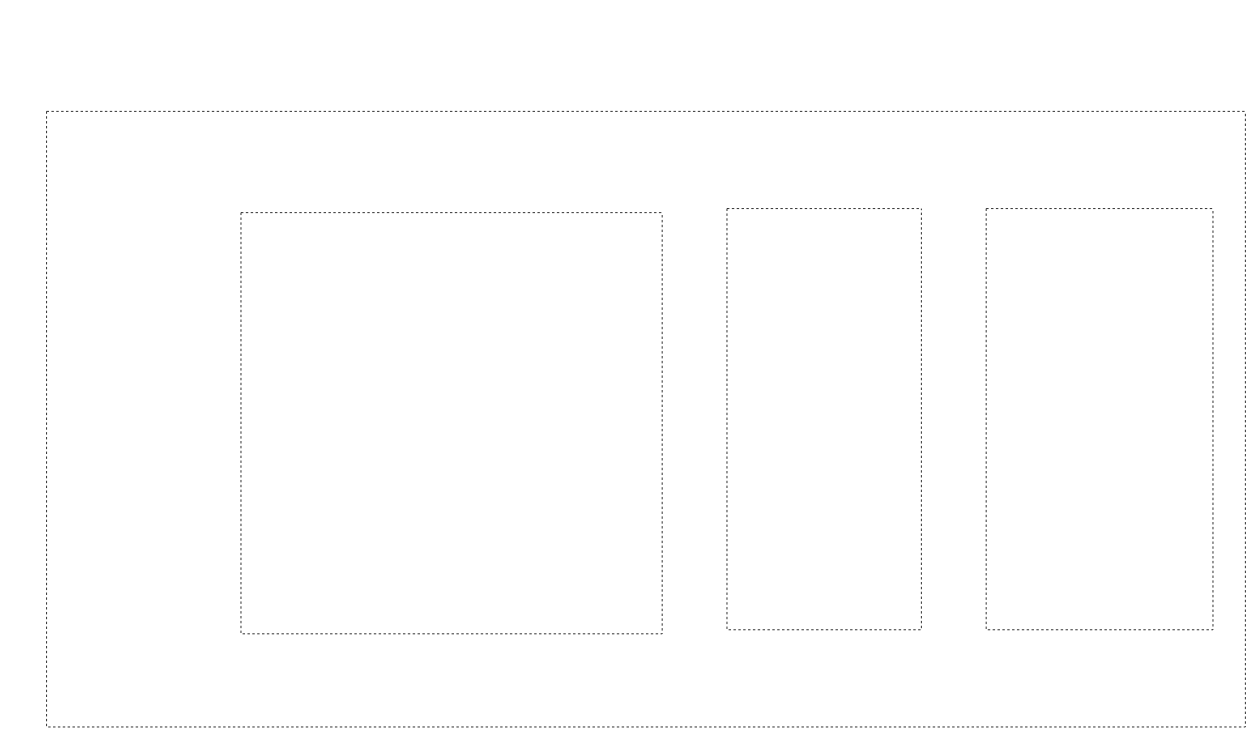
This is Architecture.drawio from kei615ykhm/learning-record, a draw.io file, before an edit. Source tidied: cells renumbered, new cells numbered last; positions are measured from the earlier drawing's top-left corner, leaving out a move shared by most shapes. Both pictures are drawn from the tidied source at 81%, with x=0, y=0 at pixel (46, 111).
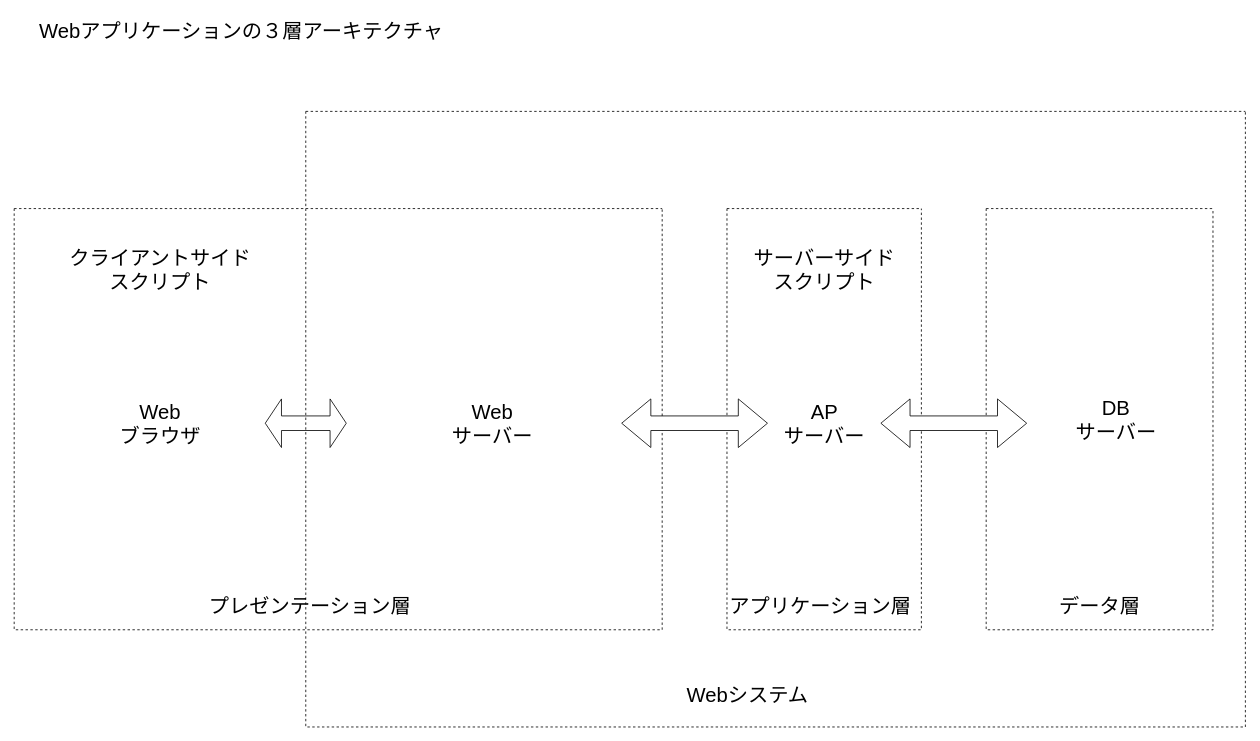
Above is the later version.

Commit message:
各領域を説明する用語を追加

The edit, as a diff of the source:
```diff
@@
 <mxGraphModel>
   <root>
     <mxCell id="0" />
     <mxCell id="1" parent="0" />
     <mxCell id="2" style="swimlane;startSize=0;dashed=1;" parent="1" vertex="1">
-      <mxGeometry x="240" y="125" width="520" height="520" as="geometry" />
+      <mxGeometry x="-40" y="120" width="800" height="520" as="geometry" />
     </mxCell>
+    <mxCell id="6" style="shape=doubleArrow;whiteSpace=wrap;html=1;fontSize=25;" parent="2" vertex="1">
+      <mxGeometry x="310" y="235" width="100" height="60" as="geometry" />
+    </mxCell>
+    <mxCell id="7" value="Web&lt;br&gt;ブラウザ" style="text;html=1;align=center;verticalAlign=middle;strokeColor=none;fillColor=none;fontSize=25;" parent="2" vertex="1">
+      <mxGeometry x="120" y="230" width="120" height="70" as="geometry" />
+    </mxCell>
+    <mxCell id="8" value="クライアントサイド&lt;br&gt;スクリプト" style="text;html=1;align=center;verticalAlign=middle;strokeColor=none;fillColor=none;fontSize=25;" parent="2" vertex="1">
+      <mxGeometry x="55" y="40" width="250" height="70" as="geometry" />
+    </mxCell>
     <mxCell id="3" style="swimlane;startSize=0;dashed=1;" parent="1" vertex="1">
       <mxGeometry x="840" y="120" width="240" height="520" as="geometry" />
     </mxCell>
     <mxCell id="4" style="swimlane;startSize=0;dashed=1;" parent="1" vertex="1">
       <mxGeometry x="1160" y="120" width="280" height="520" as="geometry" />
     </mxCell>
     <mxCell id="5" style="swimlane;startSize=0;dashed=1;" parent="1" vertex="1">
-      <mxGeometry width="1480" height="760" as="geometry" />
+      <mxGeometry x="320" width="1160" height="760" as="geometry" />
     </mxCell>
+    <mxCell id="9" style="shape=doubleArrow;whiteSpace=wrap;html=1;fontSize=25;" parent="5" vertex="1">
+      <mxGeometry x="390" y="355" width="180" height="60" as="geometry" />
+    </mxCell>
+    <mxCell id="10" style="shape=doubleArrow;whiteSpace=wrap;html=1;fontSize=25;" parent="5" vertex="1">
+      <mxGeometry x="710" y="355" width="180" height="60" as="geometry" />
+    </mxCell>
+    <mxCell id="11" value="Web&lt;br&gt;サーバー" style="text;html=1;align=center;verticalAlign=middle;strokeColor=none;fillColor=none;fontSize=25;" parent="5" vertex="1">
+      <mxGeometry x="170" y="350" width="120" height="70" as="geometry" />
+    </mxCell>
+    <mxCell id="12" value="AP&lt;br&gt;サーバー" style="text;html=1;align=center;verticalAlign=middle;strokeColor=none;fillColor=none;fontSize=25;" parent="5" vertex="1">
+      <mxGeometry x="580" y="350" width="120" height="70" as="geometry" />
+    </mxCell>
+    <mxCell id="13" value="DB&lt;br&gt;サーバー" style="text;html=1;align=center;verticalAlign=middle;strokeColor=none;fillColor=none;fontSize=25;" parent="5" vertex="1">
+      <mxGeometry x="940" y="345" width="120" height="70" as="geometry" />
+    </mxCell>
+    <mxCell id="14" value="プレゼンテーション層" style="text;html=1;align=center;verticalAlign=middle;strokeColor=none;fillColor=none;fontSize=25;" parent="5" vertex="1">
+      <mxGeometry x="-130" y="590" width="270" height="40" as="geometry" />
+    </mxCell>
+    <mxCell id="15" value="アプリケーション層" style="text;html=1;align=center;verticalAlign=middle;strokeColor=none;fillColor=none;fontSize=25;" parent="5" vertex="1">
+      <mxGeometry x="510" y="590" width="250" height="40" as="geometry" />
+    </mxCell>
+    <mxCell id="16" value="データ層" style="text;html=1;align=center;verticalAlign=middle;strokeColor=none;fillColor=none;fontSize=25;" parent="5" vertex="1">
+      <mxGeometry x="920" y="590" width="120" height="40" as="geometry" />
+    </mxCell>
+    <mxCell id="17" value="サーバーサイド&lt;br&gt;スクリプト" style="text;html=1;align=center;verticalAlign=middle;strokeColor=none;fillColor=none;fontSize=25;" parent="5" vertex="1">
+      <mxGeometry x="540" y="160" width="200" height="70" as="geometry" />
+    </mxCell>
+    <mxCell id="18" value="Webシステム" style="text;html=1;align=center;verticalAlign=middle;strokeColor=none;fillColor=none;fontSize=25;" parent="5" vertex="1">
+      <mxGeometry x="460" y="700" width="170" height="40" as="geometry" />
+    </mxCell>
+    <mxCell id="19" value="Webアプリケーションの３層アーキテクチャ" style="text;html=1;align=center;verticalAlign=middle;strokeColor=none;fillColor=none;fontSize=25;" parent="1" vertex="1">
+      <mxGeometry x="-20" y="-120" width="520" height="40" as="geometry" />
+    </mxCell>
   </root>
 </mxGraphModel>
```
